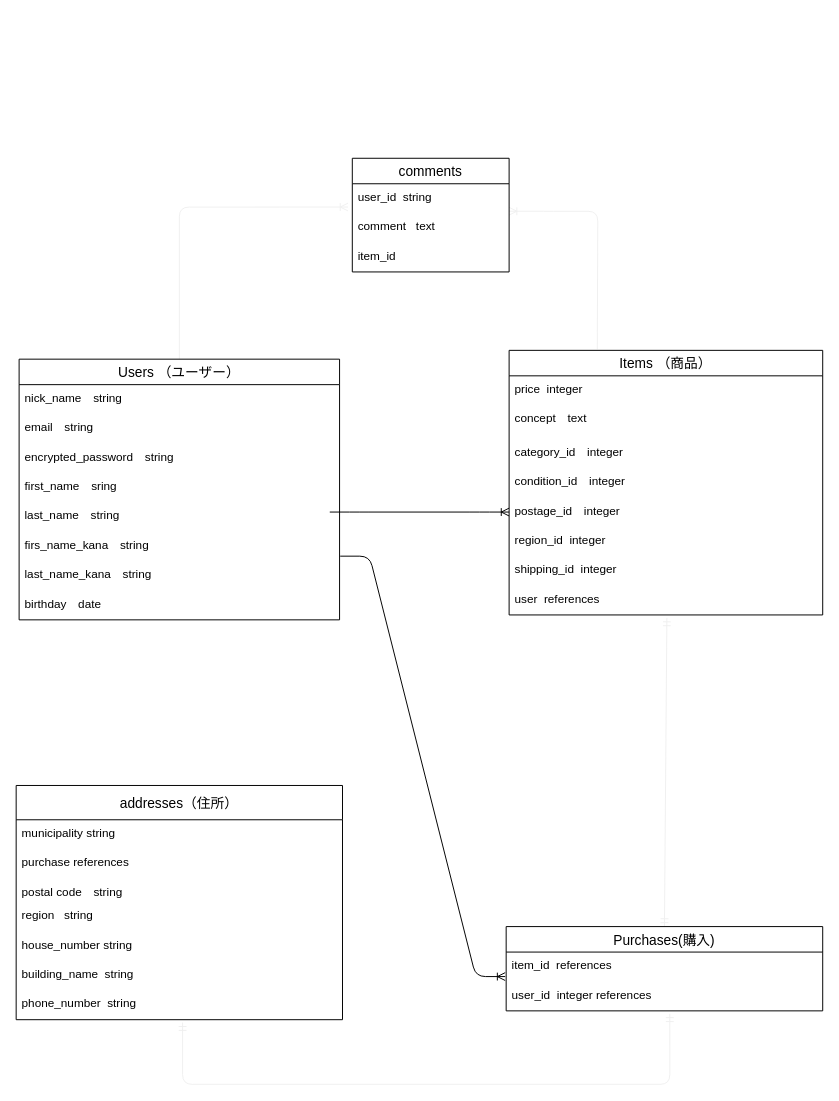
Before: furima.dio in uuutako/furima--31745-, a draw.io diagram. Source tidied: cells renumbered, new cells numbered last; positions are measured from the earlier drawing's top-left corner, leaving out a move shared by most shapes. Both pictures are drawn from the tidied source at 98%, with x=0, y=0 at pixel (16, 158).
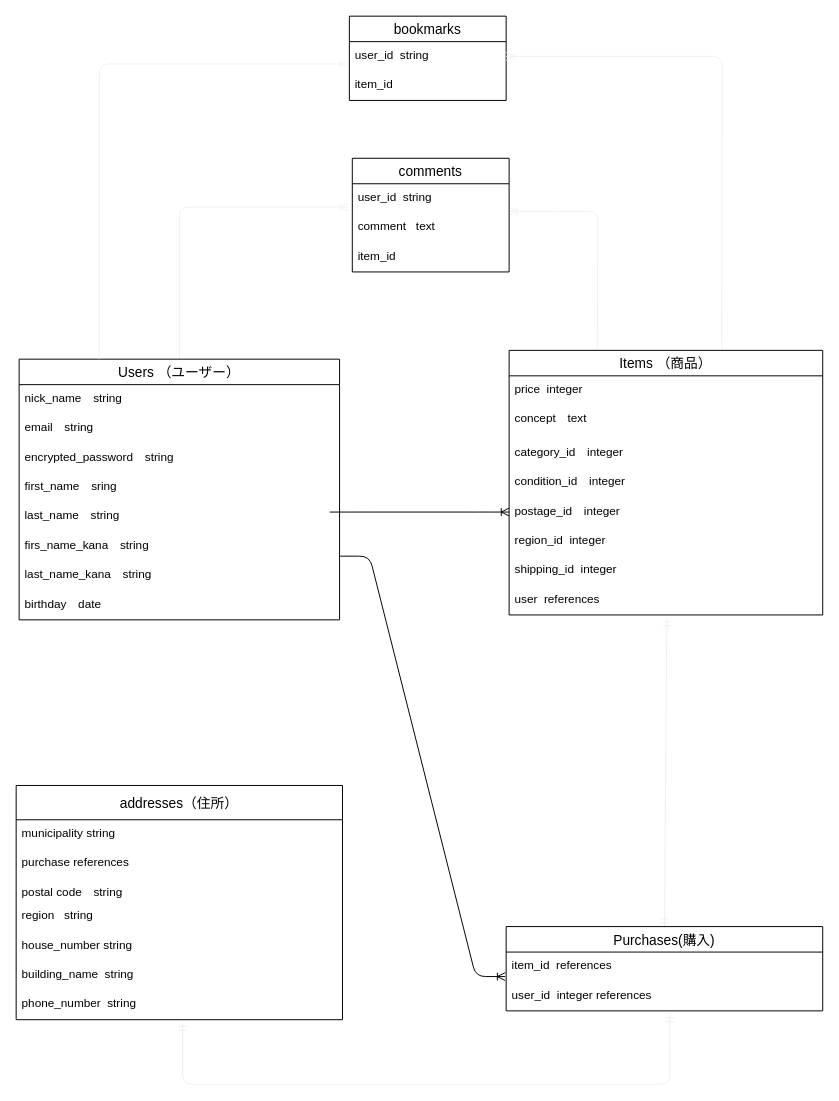
The same diagram, later.

Unchanged cells that the change refers to:
```xml
<mxCell id="7" value="Users （ユーザー）" style="swimlane;fontStyle=0;horizontal=1;startSize=26;align=center;fontSize=14;" parent="1" vertex="1">
  <mxGeometry x="3" y="205" width="327" height="266" as="geometry" />
</mxCell>
```

Change to the diagram source:
```diff
@@
+    <mxCell id="41" value="bookmarks" style="swimlane;fontStyle=0;horizontal=1;startSize=26;align=center;fontSize=14;" parent="1" vertex="1">
+      <mxGeometry x="340" y="-145" width="160" height="86" as="geometry" />
+    </mxCell>
+    <mxCell id="42" value="user_id  string" style="text;strokeColor=none;fillColor=none;spacingLeft=4;spacingRight=4;overflow=hidden;points=[[0,0.5],[1,0.5]];portConstraint=eastwest;fontSize=12;" parent="41" vertex="1">
+      <mxGeometry y="26" width="160" height="30" as="geometry" />
+    </mxCell>
+    <mxCell id="43" value="item_id" style="text;strokeColor=none;fillColor=none;spacingLeft=4;spacingRight=4;overflow=hidden;fontSize=12;" parent="41" vertex="1">
+      <mxGeometry y="56" width="160" height="30" as="geometry" />
+    </mxCell>
@@
+    <mxCell id="44" style="fontSize=12;html=1;endArrow=ERoneToMany;strokeColor=#f0f0f0;entryX=-0.012;entryY=0.76;entryDx=0;entryDy=0;entryPerimeter=0;exitX=0.25;exitY=0;exitDx=0;exitDy=0;edgeStyle=orthogonalEdgeStyle;" parent="1" edge="1" source="7" target="42">
+      <mxGeometry relative="1" as="geometry" />
+    </mxCell>
+    <mxCell id="45" style="fontSize=12;html=1;endArrow=ERoneToMany;strokeColor=#f0f0f0;entryX=1;entryY=0.5;entryDx=0;entryDy=0;edgeStyle=orthogonalEdgeStyle;" parent="1" edge="1" target="42">
+      <mxGeometry relative="1" as="geometry">
+        <mxPoint x="720" y="195" as="sourcePoint" />
+      </mxGeometry>
+    </mxCell>
```
